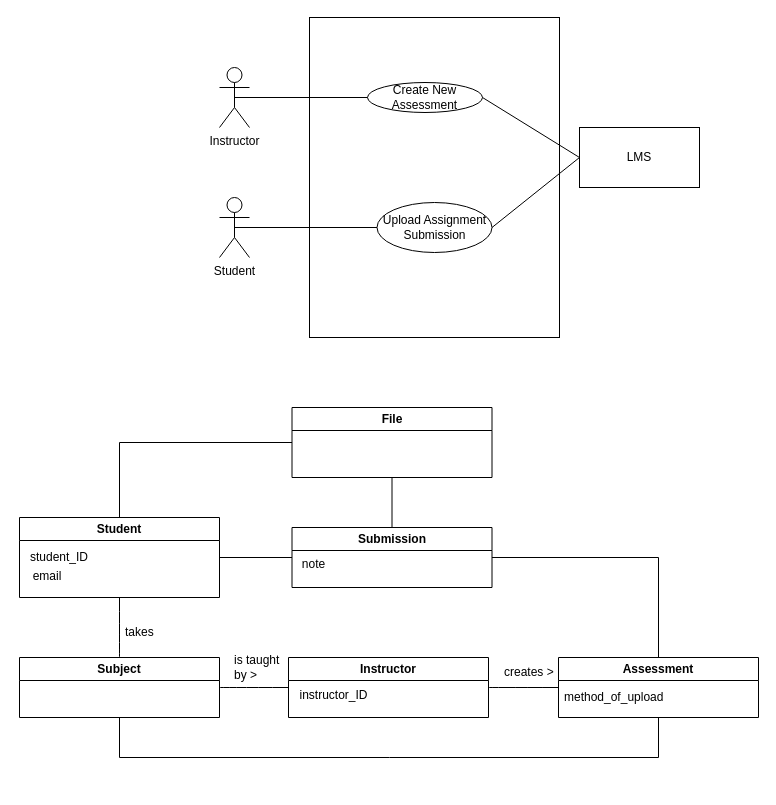
Above: domain_model_Workshop_2.drawio in antonykimuom/SWEN30006-2025-SM1-workshop1-tuew05-14-00-team-12 (draw.io), before the change. Source tidied: cells renumbered, new cells numbered last; positions are measured from the earlier drawing's top-left corner, leaving out a move shared by most shapes. Both pictures are drawn from the tidied source at 100%, with x=0, y=0 at pixel (17, 17).
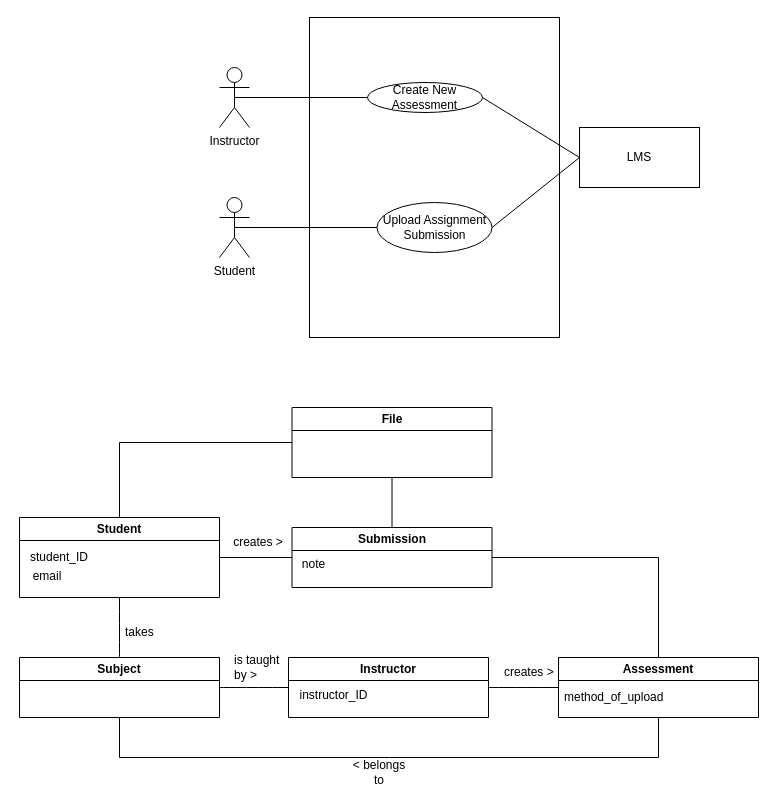
Above is the later version.

The edit, as a diff of the source:
```diff
@@
+    <mxCell id="34" value="&amp;lt; belongs to" style="text;html=1;align=center;verticalAlign=middle;whiteSpace=wrap;rounded=0;" parent="1" vertex="1">
+      <mxGeometry x="332" y="740" width="60" height="30" as="geometry" />
+    </mxCell>
+    <mxCell id="35" value="creates &amp;gt;" style="text;html=1;align=center;verticalAlign=middle;whiteSpace=wrap;rounded=0;" parent="1" vertex="1">
+      <mxGeometry x="211" y="510" width="60" height="30" as="geometry" />
+    </mxCell>
```
